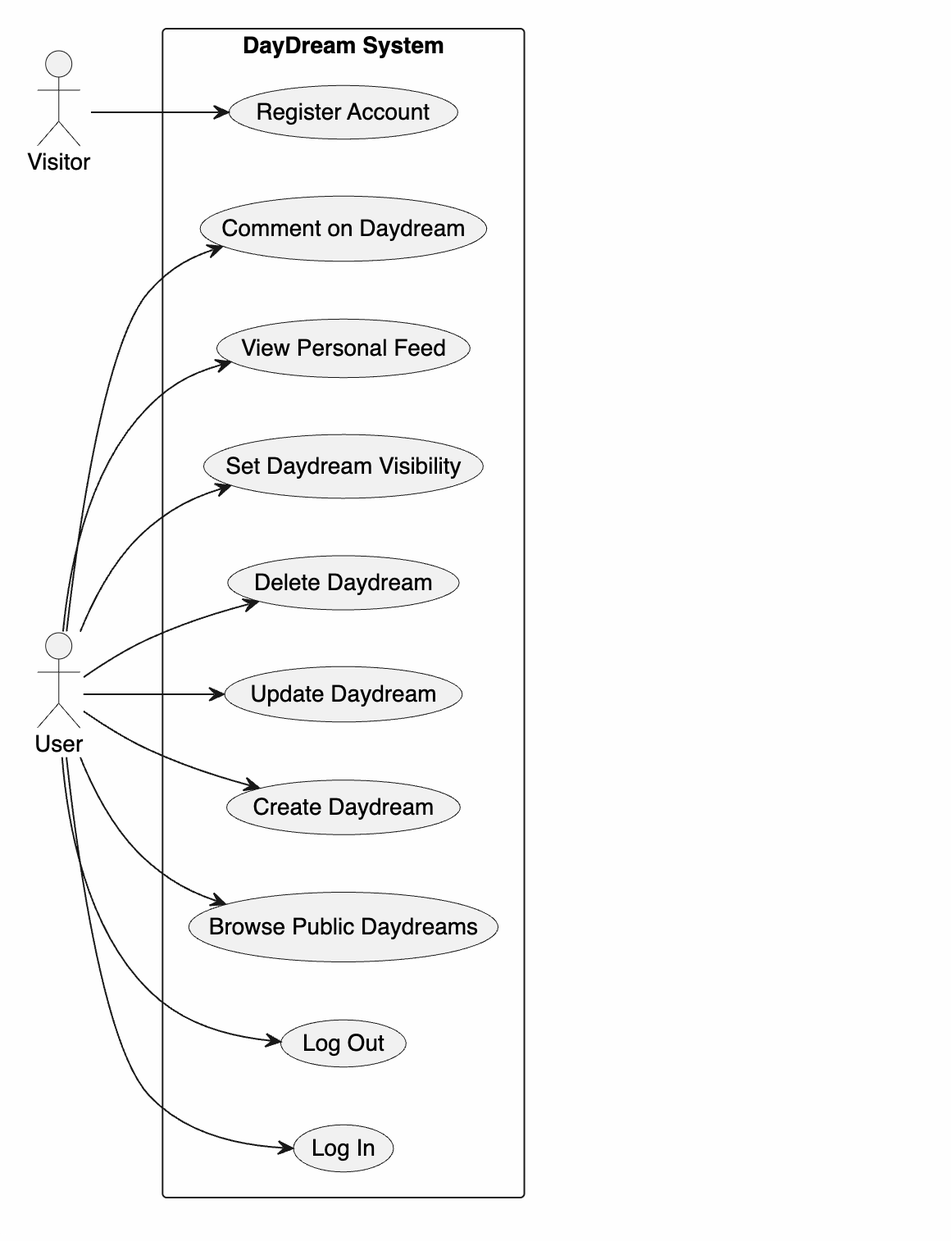
The PlantUML diagram images/use-case.png in NikolaMatovic/DayDream, before a commit. Its source is kept beside it as doc/use-case.plantuml.
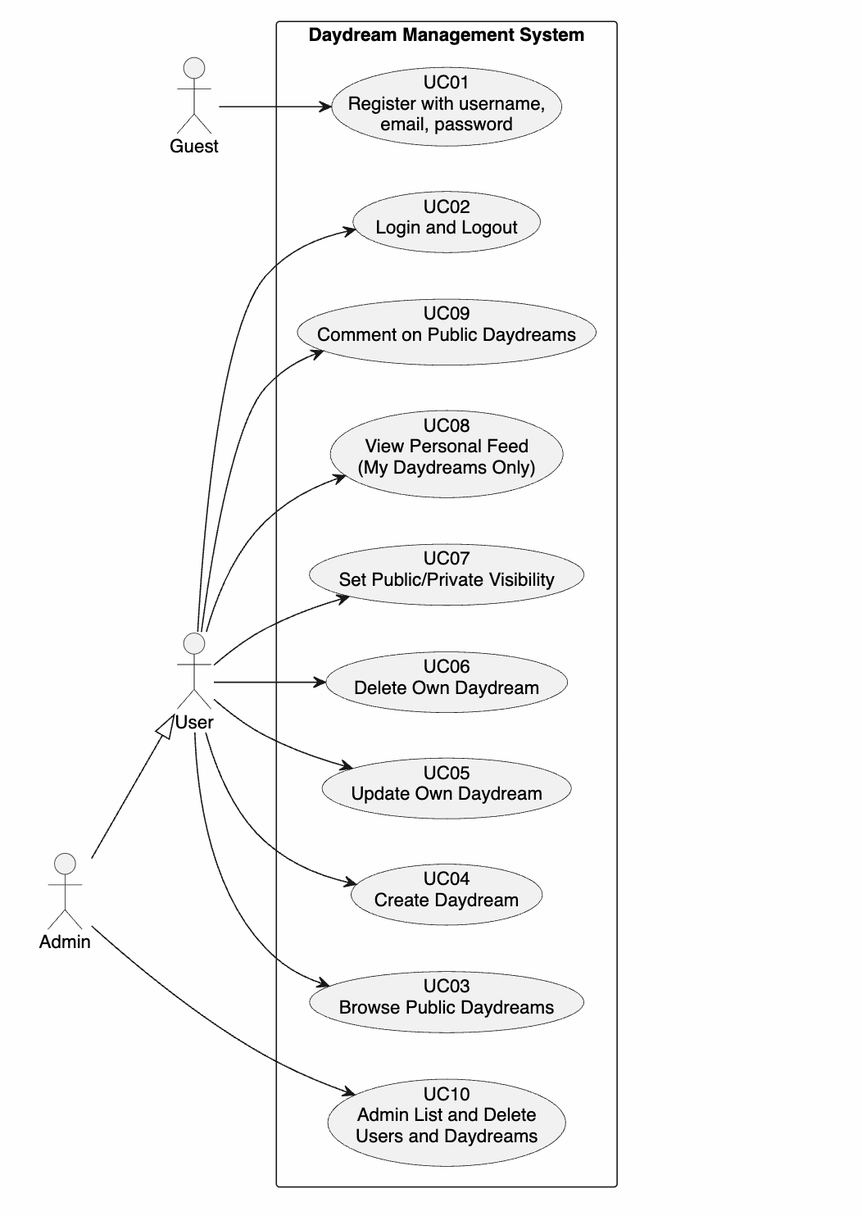
Later version of the same file.

The edit, as a diff of the source:
```diff
@@ -1,32 +1,40 @@
 @startuml
 left to right direction
 
-actor Visitor
+actor Guest
 actor User
+actor Admin
 
-rectangle "DayDream System" {
-  usecase "Register Account" as UC1
-  usecase "Log In" as UC2
-  usecase "Log Out" as UC3
-  usecase "Browse Public Daydreams" as UC4
-  usecase "Create Daydream" as UC5
-  usecase "Update Daydream" as UC6
-  usecase "Delete Daydream" as UC7
-  usecase "Set Daydream Visibility" as UC8
-  usecase "View Personal Feed" as UC9
-  usecase "Comment on Daydream" as UC10
+rectangle "Daydream Management System" {
+
+  usecase "UC01\nRegister with username,\nemail, password" as UC01
+  usecase "UC02\nLogin and Logout" as UC02
+  usecase "UC03\nBrowse Public Daydreams" as UC03
+
+  usecase "UC04\nCreate Daydream" as UC04
+  usecase "UC05\nUpdate Own Daydream" as UC05
+  usecase "UC06\nDelete Own Daydream" as UC06
+  usecase "UC07\nSet Public/Private Visibility" as UC07
+  usecase "UC08\nView Personal Feed\n(My Daydreams Only)" as UC08
+  usecase "UC09\nComment on Public Daydreams" as UC09
+
+  usecase "UC10\nAdmin List and Delete\nUsers and Daydreams" as UC10
 }
 
-Visitor --> UC1
+Guest --> UC01
 
-User --> UC2
-User --> UC3
-User --> UC4
-User --> UC5
-User --> UC6
-User --> UC7
-User --> UC8
-User --> UC9
-User --> UC10
+
+User --> UC02
+User --> UC03
+User --> UC04
+User --> UC05
+User --> UC06
+User --> UC07
+User --> UC08
+User --> UC09
+
+Admin --> UC10
+
+Admin --|> User
 
 @enduml
```
